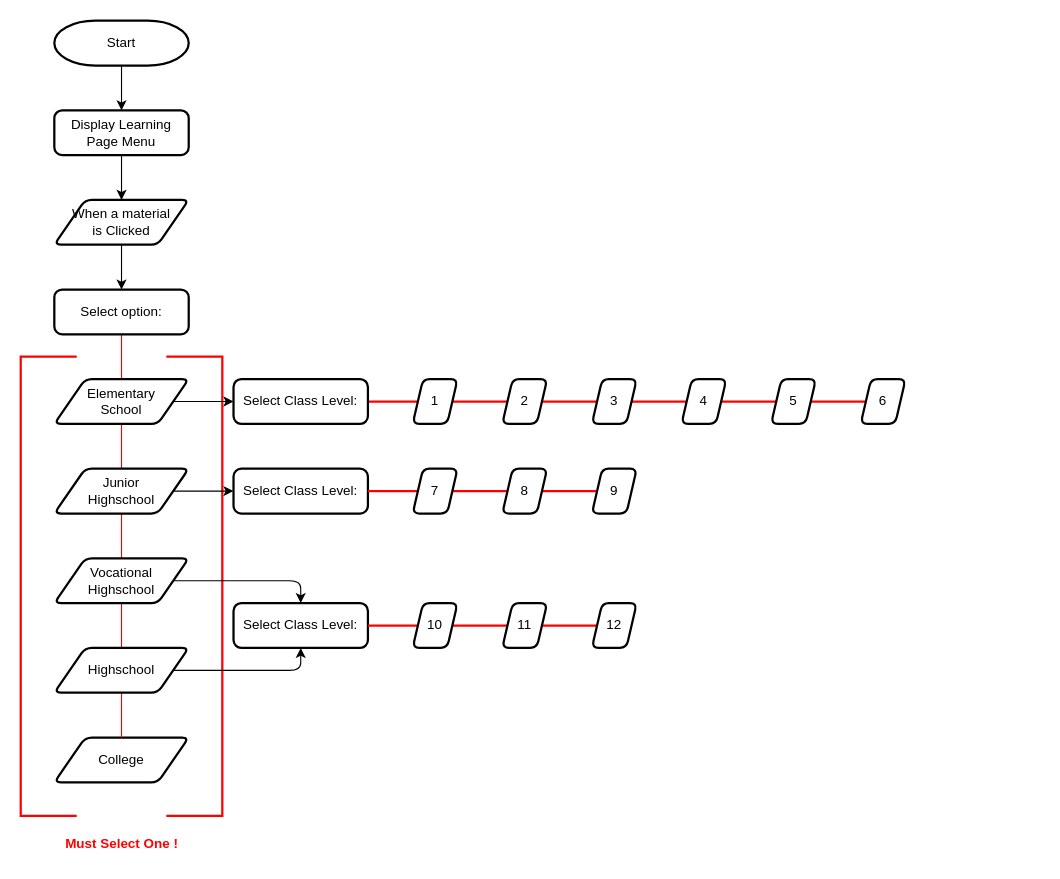
Before: Algorithms/learning-page-algorithm.dio in LunarCodeZ/SchooLearn, a draw.io diagram. Source tidied: cells renumbered, new cells numbered last; positions are measured from the earlier drawing's top-left corner, leaving out a move shared by most shapes. Both pictures are drawn from the tidied source at 112%, with x=0, y=0 at pixel (20, 20).
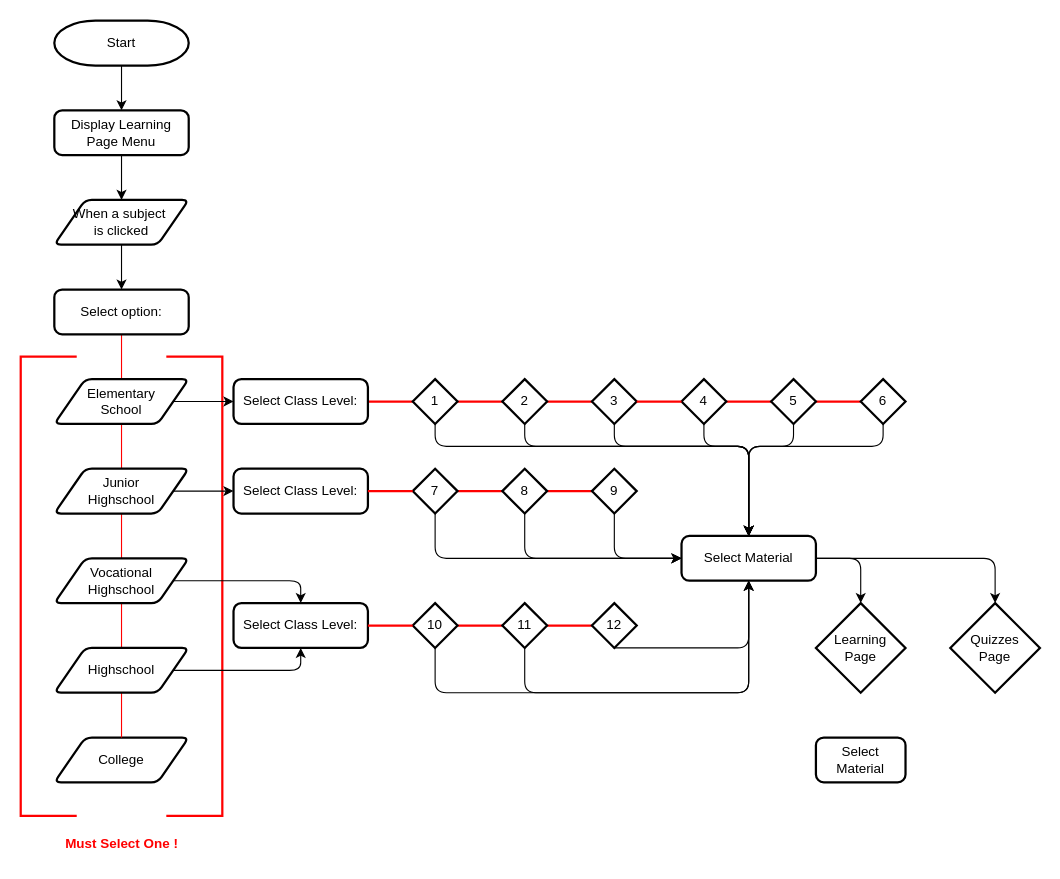
Above is the later version.

Unchanged cells that the change refers to:
```xml
<mxCell id="26" value="Select Class Level:" style="rounded=1;whiteSpace=wrap;html=1;absoluteArcSize=1;arcSize=14;strokeWidth=2;" parent="1" vertex="1">
  <mxGeometry x="190" y="320" width="120" height="40" as="geometry" />
</mxCell>
```

Change to the diagram source:
```diff
@@
-    <mxCell id="9" value="When a material&lt;div&gt;is Clicked&lt;/div&gt;" style="shape=parallelogram;html=1;strokeWidth=2;perimeter=parallelogramPerimeter;whiteSpace=wrap;rounded=1;arcSize=12;size=0.23;" parent="1" vertex="1">
+    <mxCell id="9" value="When a subject&amp;nbsp;&lt;div&gt;is clicked&lt;/div&gt;" style="shape=parallelogram;html=1;strokeWidth=2;perimeter=parallelogramPerimeter;whiteSpace=wrap;rounded=1;arcSize=12;size=0.23;" parent="1" vertex="1">
       <mxGeometry x="30" y="160" width="120" height="40" as="geometry" />
     </mxCell>
@@
-    <mxCell id="25" style="edgeStyle=none;html=1;exitX=1;exitY=0.5;exitDx=0;exitDy=0;strokeColor=#FF0000;endArrow=none;endFill=0;strokeWidth=2;" parent="1" edge="1" source="26" target="30">
+    <mxCell id="25" style="edgeStyle=none;html=1;exitX=1;exitY=0.5;exitDx=0;exitDy=0;strokeColor=#FF0000;strokeWidth=2;endArrow=none;endFill=0;" parent="1" edge="1" source="26" target="30">
       <mxGeometry relative="1" as="geometry" />
     </mxCell>
@@
+    <mxCell id="40" value="Select Class Level:" style="rounded=1;whiteSpace=wrap;html=1;absoluteArcSize=1;arcSize=14;strokeWidth=2;" parent="1" vertex="1">
+      <mxGeometry x="190" y="520" width="120" height="40" as="geometry" />
+    </mxCell>
+    <mxCell id="41" value="Select Class Level:" style="rounded=1;whiteSpace=wrap;html=1;absoluteArcSize=1;arcSize=14;strokeWidth=2;" parent="1" vertex="1">
+      <mxGeometry x="190" y="400" width="120" height="40" as="geometry" />
+    </mxCell>
+    <mxCell id="54" value="Select Material" style="rounded=1;whiteSpace=wrap;html=1;absoluteArcSize=1;arcSize=14;strokeWidth=2;" parent="1" vertex="1">
+      <mxGeometry x="590" y="460" width="120" height="40" as="geometry" />
+    </mxCell>
+    <mxCell id="43" style="edgeStyle=none;html=1;strokeColor=#FF0000;endArrow=none;endFill=0;strokeWidth=2;" parent="1" edge="1" source="44" target="46">
+      <mxGeometry relative="1" as="geometry" />
+    </mxCell>
+    <mxCell id="55" style="edgeStyle=none;html=1;exitX=0.5;exitY=1;exitDx=0;exitDy=0;exitPerimeter=0;entryX=0.5;entryY=1;entryDx=0;entryDy=0;strokeColor=#000000;" parent="1" edge="1" source="44" target="54">
+      <mxGeometry relative="1" as="geometry">
+        <Array as="points">
+          <mxPoint x="370" y="600" />
+          <mxPoint x="650" y="600" />
+        </Array>
+      </mxGeometry>
+    </mxCell>
+    <mxCell id="44" value="10" style="strokeWidth=2;html=1;shape=mxgraph.flowchart.decision;whiteSpace=wrap;" parent="1" vertex="1">
+      <mxGeometry x="350" y="520" width="40" height="40" as="geometry" />
+    </mxCell>
+    <mxCell id="45" style="edgeStyle=none;html=1;strokeColor=#FF0000;endArrow=none;endFill=0;strokeWidth=2;" parent="1" edge="1" source="46" target="47">
+      <mxGeometry relative="1" as="geometry" />
+    </mxCell>
+    <mxCell id="56" style="edgeStyle=none;html=1;exitX=0.5;exitY=1;exitDx=0;exitDy=0;exitPerimeter=0;entryX=0.5;entryY=1;entryDx=0;entryDy=0;strokeColor=#000000;" parent="1" edge="1" source="46" target="54">
+      <mxGeometry relative="1" as="geometry">
+        <Array as="points">
+          <mxPoint x="450" y="600" />
+          <mxPoint x="650" y="600" />
+        </Array>
+      </mxGeometry>
+    </mxCell>
+    <mxCell id="46" value="11" style="strokeWidth=2;html=1;shape=mxgraph.flowchart.decision;whiteSpace=wrap;" parent="1" vertex="1">
+      <mxGeometry x="430" y="520" width="40" height="40" as="geometry" />
+    </mxCell>
+    <mxCell id="57" style="edgeStyle=none;html=1;exitX=0.5;exitY=1;exitDx=0;exitDy=0;exitPerimeter=0;entryX=0.5;entryY=1;entryDx=0;entryDy=0;strokeColor=#000000;" parent="1" edge="1" source="47" target="54">
+      <mxGeometry relative="1" as="geometry">
+        <Array as="points">
+          <mxPoint x="650" y="560" />
+        </Array>
+      </mxGeometry>
+    </mxCell>
+    <mxCell id="47" value="12" style="strokeWidth=2;html=1;shape=mxgraph.flowchart.decision;whiteSpace=wrap;" parent="1" vertex="1">
+      <mxGeometry x="510" y="520" width="40" height="40" as="geometry" />
+    </mxCell>
+    <mxCell id="49" style="edgeStyle=none;html=1;strokeColor=#FF0000;endArrow=none;endFill=0;strokeWidth=2;" parent="1" edge="1" source="50" target="52">
+      <mxGeometry relative="1" as="geometry" />
+    </mxCell>
+    <mxCell id="58" style="edgeStyle=none;html=1;exitX=0.5;exitY=1;exitDx=0;exitDy=0;exitPerimeter=0;entryX=0;entryY=0.5;entryDx=0;entryDy=0;strokeColor=light-dark(#000000,#EDEDED);" parent="1" edge="1" source="50" target="54">
+      <mxGeometry relative="1" as="geometry">
+        <Array as="points">
+          <mxPoint x="370" y="480" />
+        </Array>
+      </mxGeometry>
+    </mxCell>
+    <mxCell id="50" value="7" style="strokeWidth=2;html=1;shape=mxgraph.flowchart.decision;whiteSpace=wrap;" parent="1" vertex="1">
+      <mxGeometry x="350" y="400" width="40" height="40" as="geometry" />
+    </mxCell>
+    <mxCell id="51" style="edgeStyle=none;html=1;strokeColor=#FF0000;endArrow=none;endFill=0;strokeWidth=2;" parent="1" edge="1" source="52" target="53">
+      <mxGeometry relative="1" as="geometry" />
+    </mxCell>
+    <mxCell id="59" style="edgeStyle=none;html=1;exitX=0.5;exitY=1;exitDx=0;exitDy=0;exitPerimeter=0;entryX=0;entryY=0.5;entryDx=0;entryDy=0;strokeColor=light-dark(#000000,#EDEDED);" parent="1" edge="1" source="52" target="54">
+      <mxGeometry relative="1" as="geometry">
+        <Array as="points">
+          <mxPoint x="450" y="480" />
+        </Array>
+      </mxGeometry>
+    </mxCell>
+    <mxCell id="52" value="8" style="strokeWidth=2;html=1;shape=mxgraph.flowchart.decision;whiteSpace=wrap;" parent="1" vertex="1">
+      <mxGeometry x="430" y="400" width="40" height="40" as="geometry" />
+    </mxCell>
+    <mxCell id="60" style="edgeStyle=none;html=1;exitX=0.5;exitY=1;exitDx=0;exitDy=0;exitPerimeter=0;entryX=0;entryY=0.5;entryDx=0;entryDy=0;strokeColor=light-dark(#000000,#EDEDED);" parent="1" edge="1" source="53" target="54">
+      <mxGeometry relative="1" as="geometry">
+        <Array as="points">
+          <mxPoint x="530" y="480" />
+        </Array>
+      </mxGeometry>
+    </mxCell>
+    <mxCell id="53" value="9" style="strokeWidth=2;html=1;shape=mxgraph.flowchart.decision;whiteSpace=wrap;" parent="1" vertex="1">
+      <mxGeometry x="510" y="400" width="40" height="40" as="geometry" />
+    </mxCell>
+    <mxCell id="61" style="edgeStyle=none;html=1;exitX=1;exitY=0.5;exitDx=0;exitDy=0;entryX=0;entryY=0.5;entryDx=0;entryDy=0;entryPerimeter=0;strokeColor=#FF0000;strokeWidth=2;endArrow=none;endFill=0;" parent="1" edge="1" source="40" target="44">
+      <mxGeometry relative="1" as="geometry" />
+    </mxCell>
+    <mxCell id="62" style="edgeStyle=none;html=1;exitX=1;exitY=0.5;exitDx=0;exitDy=0;entryX=0;entryY=0.5;entryDx=0;entryDy=0;entryPerimeter=0;strokeColor=#FF0000;strokeWidth=2;endArrow=none;endFill=0;" parent="1" edge="1" source="41" target="50">
+      <mxGeometry relative="1" as="geometry" />
+    </mxCell>
@@
+    <mxCell id="63" style="edgeStyle=none;html=1;exitX=0.5;exitY=1;exitDx=0;exitDy=0;exitPerimeter=0;entryX=0.5;entryY=0;entryDx=0;entryDy=0;strokeColor=#000000;" parent="1" edge="1" source="30" target="54">
+      <mxGeometry relative="1" as="geometry">
+        <Array as="points">
+          <mxPoint x="370" y="380" />
+          <mxPoint x="650" y="380" />
+        </Array>
+      </mxGeometry>
+    </mxCell>
-    <mxCell id="30" value="1" style="shape=parallelogram;html=1;strokeWidth=2;perimeter=parallelogramPerimeter;whiteSpace=wrap;rounded=1;arcSize=12;size=0.23;" parent="1" vertex="1">
+    <mxCell id="30" value="1" style="strokeWidth=2;html=1;shape=mxgraph.flowchart.decision;whiteSpace=wrap;" parent="1" vertex="1">
       <mxGeometry x="350" y="320" width="40" height="40" as="geometry" />
     </mxCell>
@@
+    <mxCell id="64" style="edgeStyle=none;html=1;exitX=0.5;exitY=1;exitDx=0;exitDy=0;exitPerimeter=0;entryX=0.5;entryY=0;entryDx=0;entryDy=0;strokeColor=#000000;" parent="1" edge="1" source="32" target="54">
+      <mxGeometry relative="1" as="geometry">
+        <Array as="points">
+          <mxPoint x="450" y="380" />
+          <mxPoint x="650" y="380" />
+        </Array>
+      </mxGeometry>
+    </mxCell>
-    <mxCell id="32" value="2" style="shape=parallelogram;html=1;strokeWidth=2;perimeter=parallelogramPerimeter;whiteSpace=wrap;rounded=1;arcSize=12;size=0.23;" parent="1" vertex="1">
+    <mxCell id="32" value="2" style="strokeWidth=2;html=1;shape=mxgraph.flowchart.decision;whiteSpace=wrap;" parent="1" vertex="1">
       <mxGeometry x="430" y="320" width="40" height="40" as="geometry" />
     </mxCell>
-    <mxCell id="33" style="edgeStyle=none;html=1;strokeColor=#FF0000;endArrow=none;endFill=0;strokeWidth=2;" parent="1" edge="1" source="34" target="36">
-      <mxGeometry relative="1" as="geometry" />
-    </mxCell>
+    <mxCell id="65" style="edgeStyle=none;html=1;exitX=0.5;exitY=1;exitDx=0;exitDy=0;exitPerimeter=0;entryX=0.5;entryY=0;entryDx=0;entryDy=0;strokeColor=#000000;" parent="1" edge="1" source="34" target="54">
+      <mxGeometry relative="1" as="geometry">
+        <Array as="points">
+          <mxPoint x="530" y="380" />
+          <mxPoint x="650" y="380" />
+        </Array>
+      </mxGeometry>
+    </mxCell>
-    <mxCell id="34" value="3" style="shape=parallelogram;html=1;strokeWidth=2;perimeter=parallelogramPerimeter;whiteSpace=wrap;rounded=1;arcSize=12;size=0.23;" parent="1" vertex="1">
+    <mxCell id="34" value="3" style="strokeWidth=2;html=1;shape=mxgraph.flowchart.decision;whiteSpace=wrap;" parent="1" vertex="1">
       <mxGeometry x="510" y="320" width="40" height="40" as="geometry" />
     </mxCell>
@@
+    <mxCell id="66" style="edgeStyle=none;html=1;exitX=0.5;exitY=1;exitDx=0;exitDy=0;exitPerimeter=0;strokeColor=#000000;" parent="1" edge="1" source="36">
+      <mxGeometry relative="1" as="geometry">
+        <mxPoint x="650" y="460" as="targetPoint" />
+        <Array as="points">
+          <mxPoint x="610" y="380" />
+          <mxPoint x="650" y="380" />
+        </Array>
+      </mxGeometry>
+    </mxCell>
-    <mxCell id="36" value="4" style="shape=parallelogram;html=1;strokeWidth=2;perimeter=parallelogramPerimeter;whiteSpace=wrap;rounded=1;arcSize=12;size=0.23;" parent="1" vertex="1">
+    <mxCell id="36" value="4" style="strokeWidth=2;html=1;shape=mxgraph.flowchart.decision;whiteSpace=wrap;" parent="1" vertex="1">
       <mxGeometry x="590" y="320" width="40" height="40" as="geometry" />
     </mxCell>
@@
+    <mxCell id="67" style="edgeStyle=none;html=1;exitX=0.5;exitY=1;exitDx=0;exitDy=0;exitPerimeter=0;strokeColor=#000000;" parent="1" edge="1" source="38">
+      <mxGeometry relative="1" as="geometry">
+        <mxPoint x="650" y="460" as="targetPoint" />
+        <Array as="points">
+          <mxPoint x="690" y="380" />
+          <mxPoint x="650" y="380" />
+        </Array>
+      </mxGeometry>
+    </mxCell>
-    <mxCell id="38" value="5" style="shape=parallelogram;html=1;strokeWidth=2;perimeter=parallelogramPerimeter;whiteSpace=wrap;rounded=1;arcSize=12;size=0.23;" parent="1" vertex="1">
+    <mxCell id="38" value="5" style="strokeWidth=2;html=1;shape=mxgraph.flowchart.decision;whiteSpace=wrap;" parent="1" vertex="1">
       <mxGeometry x="670" y="320" width="40" height="40" as="geometry" />
     </mxCell>
+    <mxCell id="68" style="edgeStyle=none;html=1;exitX=0.5;exitY=1;exitDx=0;exitDy=0;exitPerimeter=0;strokeColor=#000000;" parent="1" edge="1" source="39">
+      <mxGeometry relative="1" as="geometry">
+        <mxPoint x="650" y="460" as="targetPoint" />
+        <Array as="points">
+          <mxPoint x="770" y="380" />
+          <mxPoint x="650" y="380" />
+        </Array>
+      </mxGeometry>
+    </mxCell>
-    <mxCell id="39" value="6" style="shape=parallelogram;html=1;strokeWidth=2;perimeter=parallelogramPerimeter;whiteSpace=wrap;rounded=1;arcSize=12;size=0.23;" parent="1" vertex="1">
+    <mxCell id="39" value="6" style="strokeWidth=2;html=1;shape=mxgraph.flowchart.decision;whiteSpace=wrap;" parent="1" vertex="1">
       <mxGeometry x="750" y="320" width="40" height="40" as="geometry" />
     </mxCell>
-    <mxCell id="40" value="Select Class Level:" style="rounded=1;whiteSpace=wrap;html=1;absoluteArcSize=1;arcSize=14;strokeWidth=2;" parent="1" vertex="1">
-      <mxGeometry x="190" y="520" width="120" height="40" as="geometry" />
-    </mxCell>
-    <mxCell id="41" value="Select Class Level:" style="rounded=1;whiteSpace=wrap;html=1;absoluteArcSize=1;arcSize=14;strokeWidth=2;" parent="1" vertex="1">
-      <mxGeometry x="190" y="400" width="120" height="40" as="geometry" />
-    </mxCell>
-    <mxCell id="42" style="edgeStyle=none;html=1;exitX=1;exitY=0.5;exitDx=0;exitDy=0;strokeColor=#FF0000;endArrow=none;endFill=0;strokeWidth=2;" parent="1" edge="1" target="44">
-      <mxGeometry relative="1" as="geometry">
-        <mxPoint x="310" y="540" as="sourcePoint" />
-      </mxGeometry>
-    </mxCell>
-    <mxCell id="43" style="edgeStyle=none;html=1;strokeColor=#FF0000;endArrow=none;endFill=0;strokeWidth=2;" parent="1" edge="1" source="44" target="46">
-      <mxGeometry relative="1" as="geometry" />
-    </mxCell>
-    <mxCell id="44" value="10" style="shape=parallelogram;html=1;strokeWidth=2;perimeter=parallelogramPerimeter;whiteSpace=wrap;rounded=1;arcSize=12;size=0.23;" parent="1" vertex="1">
-      <mxGeometry x="350" y="520" width="40" height="40" as="geometry" />
-    </mxCell>
-    <mxCell id="45" style="edgeStyle=none;html=1;strokeColor=#FF0000;endArrow=none;endFill=0;strokeWidth=2;" parent="1" edge="1" source="46" target="47">
-      <mxGeometry relative="1" as="geometry" />
-    </mxCell>
-    <mxCell id="46" value="11" style="shape=parallelogram;html=1;strokeWidth=2;perimeter=parallelogramPerimeter;whiteSpace=wrap;rounded=1;arcSize=12;size=0.23;" parent="1" vertex="1">
-      <mxGeometry x="430" y="520" width="40" height="40" as="geometry" />
-    </mxCell>
-    <mxCell id="47" value="12" style="shape=parallelogram;html=1;strokeWidth=2;perimeter=parallelogramPerimeter;whiteSpace=wrap;rounded=1;arcSize=12;size=0.23;" parent="1" vertex="1">
-      <mxGeometry x="510" y="520" width="40" height="40" as="geometry" />
-    </mxCell>
-    <mxCell id="48" style="edgeStyle=none;html=1;exitX=1;exitY=0.5;exitDx=0;exitDy=0;strokeColor=#FF0000;endArrow=none;endFill=0;strokeWidth=2;" parent="1" edge="1" target="50">
-      <mxGeometry relative="1" as="geometry">
-        <mxPoint x="310" y="420" as="sourcePoint" />
-      </mxGeometry>
-    </mxCell>
-    <mxCell id="49" style="edgeStyle=none;html=1;strokeColor=#FF0000;endArrow=none;endFill=0;strokeWidth=2;" parent="1" edge="1" source="50" target="52">
-      <mxGeometry relative="1" as="geometry" />
-    </mxCell>
-    <mxCell id="50" value="7" style="shape=parallelogram;html=1;strokeWidth=2;perimeter=parallelogramPerimeter;whiteSpace=wrap;rounded=1;arcSize=12;size=0.23;" parent="1" vertex="1">
-      <mxGeometry x="350" y="400" width="40" height="40" as="geometry" />
-    </mxCell>
-    <mxCell id="51" style="edgeStyle=none;html=1;strokeColor=#FF0000;endArrow=none;endFill=0;strokeWidth=2;" parent="1" edge="1" source="52" target="53">
-      <mxGeometry relative="1" as="geometry" />
-    </mxCell>
-    <mxCell id="52" value="8" style="shape=parallelogram;html=1;strokeWidth=2;perimeter=parallelogramPerimeter;whiteSpace=wrap;rounded=1;arcSize=12;size=0.23;" parent="1" vertex="1">
-      <mxGeometry x="430" y="400" width="40" height="40" as="geometry" />
-    </mxCell>
-    <mxCell id="53" value="9" style="shape=parallelogram;html=1;strokeWidth=2;perimeter=parallelogramPerimeter;whiteSpace=wrap;rounded=1;arcSize=12;size=0.23;" parent="1" vertex="1">
-      <mxGeometry x="510" y="400" width="40" height="40" as="geometry" />
-    </mxCell>
+    <mxCell id="33" style="edgeStyle=none;html=1;exitX=1;exitY=0.5;exitDx=0;exitDy=0;exitPerimeter=0;entryX=0;entryY=0.5;entryDx=0;entryDy=0;entryPerimeter=0;strokeWidth=2;strokeColor=#FF0000;endArrow=none;endFill=0;" parent="1" edge="1" source="34" target="36">
+      <mxGeometry relative="1" as="geometry" />
+    </mxCell>
+    <mxCell id="69" value="Learning&lt;div&gt;Page&lt;/div&gt;" style="strokeWidth=2;html=1;shape=mxgraph.flowchart.decision;whiteSpace=wrap;" parent="1" vertex="1">
+      <mxGeometry x="710" y="520" width="80" height="80" as="geometry" />
+    </mxCell>
+    <mxCell id="70" value="Quizzes&lt;div&gt;Page&lt;/div&gt;" style="strokeWidth=2;html=1;shape=mxgraph.flowchart.decision;whiteSpace=wrap;" parent="1" vertex="1">
+      <mxGeometry x="830" y="520" width="80" height="80" as="geometry" />
+    </mxCell>
+    <mxCell id="71" style="edgeStyle=none;html=1;exitX=1;exitY=0.5;exitDx=0;exitDy=0;entryX=0.5;entryY=0;entryDx=0;entryDy=0;entryPerimeter=0;" parent="1" edge="1" source="54" target="69">
+      <mxGeometry relative="1" as="geometry">
+        <Array as="points">
+          <mxPoint x="750" y="480" />
+        </Array>
+      </mxGeometry>
+    </mxCell>
+    <mxCell id="72" style="edgeStyle=none;html=1;exitX=1;exitY=0.5;exitDx=0;exitDy=0;entryX=0.5;entryY=0;entryDx=0;entryDy=0;entryPerimeter=0;" parent="1" edge="1" source="54" target="70">
+      <mxGeometry relative="1" as="geometry">
+        <Array as="points">
+          <mxPoint x="870" y="480" />
+        </Array>
+      </mxGeometry>
+    </mxCell>
+    <mxCell id="73" value="Select Material" style="rounded=1;whiteSpace=wrap;html=1;absoluteArcSize=1;arcSize=14;strokeWidth=2;" parent="1" vertex="1">
+      <mxGeometry x="710" y="640" width="80" height="40" as="geometry" />
+    </mxCell>
```
